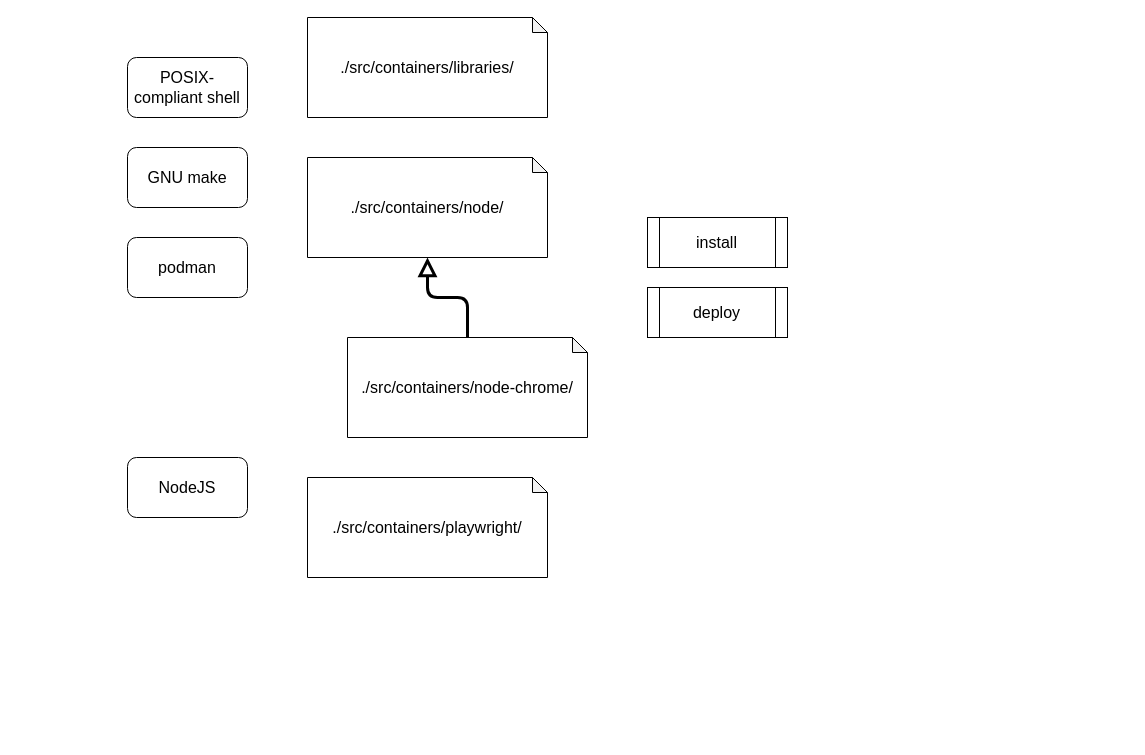
This is src/docs/diagrams/dev-tasks.drawio from leadof/leadof, a draw.io file, before an edit. Source tidied: cells renumbered, new cells numbered last; positions are measured from the earlier drawing's top-left corner, leaving out a move shared by most shapes. Both pictures are drawn from the tidied source at 100%, with x=0, y=0 at pixel (127, 17).
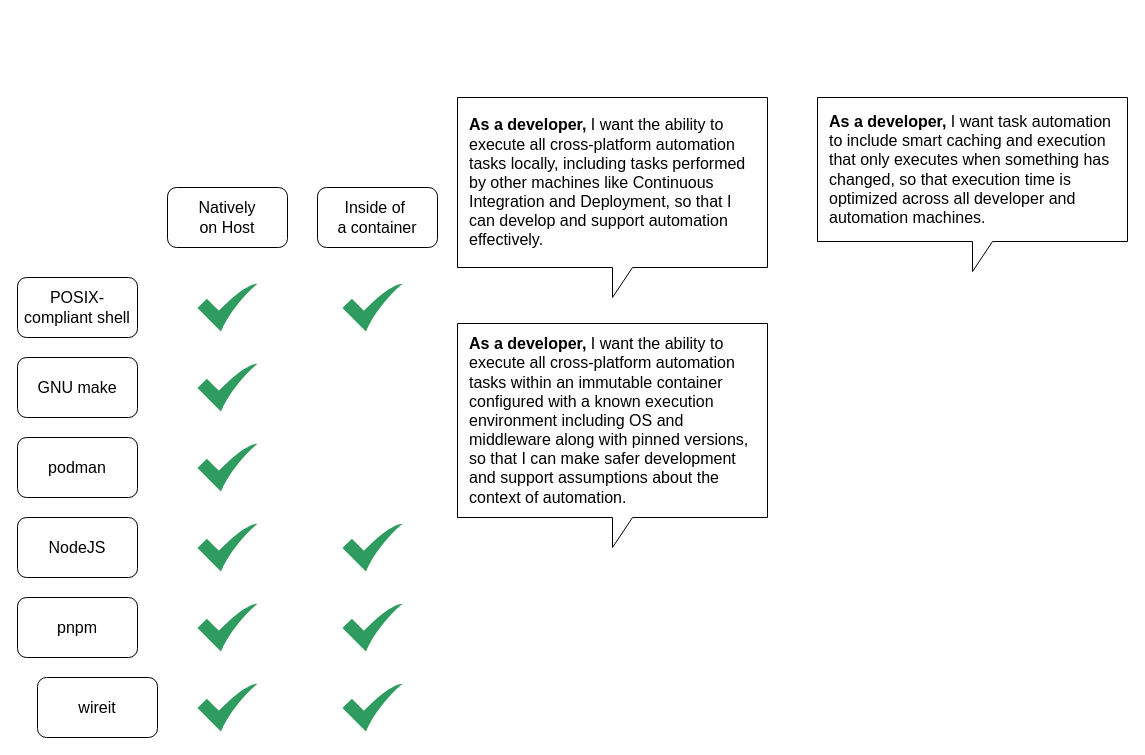
The same diagram, later.

The edit, as a diff of the source:
```diff
@@
     <mxCell id="2" value="POSIX-compliant shell" style="rounded=1;whiteSpace=wrap;html=1;fontSize=16;" parent="1" vertex="1">
-      <mxGeometry y="40" width="120" height="60" as="geometry" />
+      <mxGeometry x="-110" y="260" width="120" height="60" as="geometry" />
     </mxCell>
     <mxCell id="3" value="GNU make" style="rounded=1;whiteSpace=wrap;html=1;fontSize=16;" parent="1" vertex="1">
-      <mxGeometry y="130" width="120" height="60" as="geometry" />
+      <mxGeometry x="-110" y="340" width="120" height="60" as="geometry" />
     </mxCell>
     <mxCell id="4" value="NodeJS" style="rounded=1;whiteSpace=wrap;html=1;fontSize=16;" parent="1" vertex="1">
-      <mxGeometry y="440" width="120" height="60" as="geometry" />
+      <mxGeometry x="-110" y="500" width="120" height="60" as="geometry" />
     </mxCell>
     <mxCell id="5" value="podman" style="rounded=1;whiteSpace=wrap;html=1;fontSize=16;" parent="1" vertex="1">
-      <mxGeometry y="220" width="120" height="60" as="geometry" />
+      <mxGeometry x="-110" y="420" width="120" height="60" as="geometry" />
     </mxCell>
-    <mxCell id="6" value="install" style="shape=process;whiteSpace=wrap;html=1;backgroundOutline=1;fontSize=16;size=0.08888888888888889;" parent="1" vertex="1">
-      <mxGeometry x="520" y="200" width="140" height="50" as="geometry" />
-    </mxCell>
-    <mxCell id="7" value="./src/containers/node/" style="shape=note;whiteSpace=wrap;html=1;backgroundOutline=1;darkOpacity=0.05;fontSize=16;size=15;" parent="1" vertex="1">
-      <mxGeometry x="180" y="140" width="240" height="100" as="geometry" />
-    </mxCell>
-    <mxCell id="8" style="edgeStyle=orthogonalEdgeStyle;html=1;entryX=0.5;entryY=1;entryDx=0;entryDy=0;entryPerimeter=0;fontSize=16;endArrow=block;endFill=0;strokeWidth=3;endSize=12;startSize=12;jumpSize=12;" parent="1" edge="1" source="9" target="7">
-      <mxGeometry relative="1" as="geometry" />
-    </mxCell>
-    <mxCell id="9" value="./src/containers/node-chrome/" style="shape=note;whiteSpace=wrap;html=1;backgroundOutline=1;darkOpacity=0.05;fontSize=16;size=15;" parent="1" vertex="1">
-      <mxGeometry x="220" y="320" width="240" height="100" as="geometry" />
-    </mxCell>
-    <mxCell id="10" value="deploy" style="shape=process;whiteSpace=wrap;html=1;backgroundOutline=1;fontSize=16;size=0.08888888888888889;" parent="1" vertex="1">
-      <mxGeometry x="520" y="270" width="140" height="50" as="geometry" />
-    </mxCell>
-    <mxCell id="11" value="./src/containers/playwright/" style="shape=note;whiteSpace=wrap;html=1;backgroundOutline=1;darkOpacity=0.05;fontSize=16;size=15;" parent="1" vertex="1">
-      <mxGeometry x="180" y="460" width="240" height="100" as="geometry" />
-    </mxCell>
-    <mxCell id="12" value="./src/containers/libraries/" style="shape=note;whiteSpace=wrap;html=1;backgroundOutline=1;darkOpacity=0.05;fontSize=16;size=15;" parent="1" vertex="1">
-      <mxGeometry x="180" width="240" height="100" as="geometry" />
+    <mxCell id="12" value="pnpm" style="rounded=1;whiteSpace=wrap;html=1;fontSize=16;" parent="1" vertex="1">
+      <mxGeometry x="-110" y="580" width="120" height="60" as="geometry" />
     </mxCell>
+    <mxCell id="13" value="wireit" style="rounded=1;whiteSpace=wrap;html=1;fontSize=16;" parent="1" vertex="1">
+      <mxGeometry x="-90" y="660" width="120" height="60" as="geometry" />
+    </mxCell>
+    <mxCell id="14" value="Natively&lt;br&gt;on Host" style="rounded=1;whiteSpace=wrap;html=1;fontSize=16;" parent="1" vertex="1">
+      <mxGeometry x="40" y="170" width="120" height="60" as="geometry" />
+    </mxCell>
+    <mxCell id="15" value="Inside of&amp;nbsp;&lt;br&gt;a container" style="rounded=1;whiteSpace=wrap;html=1;fontSize=16;" parent="1" vertex="1">
+      <mxGeometry x="190" y="170" width="120" height="60" as="geometry" />
+    </mxCell>
+    <mxCell id="16" style="sketch=0;html=1;strokeColor=none;shadow=0;align=center;verticalAlign=top;fillColor=#2D9C5E;shape=mxgraph.gcp2.check;" parent="1" vertex="1">
+      <mxGeometry x="70" y="266" width="60" height="48" as="geometry" />
+    </mxCell>
+    <mxCell id="17" style="sketch=0;html=1;strokeColor=none;shadow=0;align=center;verticalAlign=top;fillColor=#2D9C5E;shape=mxgraph.gcp2.check;" parent="1" vertex="1">
+      <mxGeometry x="215" y="266" width="60" height="48" as="geometry" />
+    </mxCell>
+    <mxCell id="18" style="sketch=0;html=1;strokeColor=none;shadow=0;align=center;verticalAlign=top;fillColor=#2D9C5E;shape=mxgraph.gcp2.check;" parent="1" vertex="1">
+      <mxGeometry x="70" y="346" width="60" height="48" as="geometry" />
+    </mxCell>
+    <mxCell id="19" style="sketch=0;html=1;strokeColor=none;shadow=0;align=center;verticalAlign=top;fillColor=#2D9C5E;shape=mxgraph.gcp2.check;" parent="1" vertex="1">
+      <mxGeometry x="70" y="426" width="60" height="48" as="geometry" />
+    </mxCell>
+    <mxCell id="20" value="&lt;b&gt;As a developer,&lt;/b&gt; I want the ability to execute all cross-platform automation tasks locally, including tasks performed by other machines like Continuous Integration and Deployment, so that I can develop and support automation effectively." style="shape=callout;whiteSpace=wrap;html=1;perimeter=calloutPerimeter;position2=0.5;fontSize=16;align=left;spacing=12;" parent="1" vertex="1">
+      <mxGeometry x="330" y="80" width="310" height="200" as="geometry" />
+    </mxCell>
+    <mxCell id="21" value="&lt;b&gt;As a developer,&lt;/b&gt; I want the ability to execute all cross-platform automation tasks within an immutable container configured with a known execution environment including OS and middleware along with pinned versions, so that I can make safer development and support assumptions about the context of automation." style="shape=callout;whiteSpace=wrap;html=1;perimeter=calloutPerimeter;position2=0.5;fontSize=16;align=left;spacing=12;" parent="1" vertex="1">
+      <mxGeometry x="330" y="306" width="310" height="224" as="geometry" />
+    </mxCell>
+    <mxCell id="22" value="&lt;b&gt;As a developer,&lt;/b&gt; I want task automation to include smart caching and execution that only executes when something has changed, so that execution time is optimized across all developer and automation machines." style="shape=callout;whiteSpace=wrap;html=1;perimeter=calloutPerimeter;position2=0.5;fontSize=16;align=left;spacing=12;" parent="1" vertex="1">
+      <mxGeometry x="690" y="80" width="310" height="174" as="geometry" />
+    </mxCell>
+    <mxCell id="23" style="sketch=0;html=1;strokeColor=none;shadow=0;align=center;verticalAlign=top;fillColor=#2D9C5E;shape=mxgraph.gcp2.check;" parent="1" vertex="1">
+      <mxGeometry x="70" y="506" width="60" height="48" as="geometry" />
+    </mxCell>
+    <mxCell id="24" style="sketch=0;html=1;strokeColor=none;shadow=0;align=center;verticalAlign=top;fillColor=#2D9C5E;shape=mxgraph.gcp2.check;" parent="1" vertex="1">
+      <mxGeometry x="215" y="506" width="60" height="48" as="geometry" />
+    </mxCell>
+    <mxCell id="25" style="sketch=0;html=1;strokeColor=none;shadow=0;align=center;verticalAlign=top;fillColor=#2D9C5E;shape=mxgraph.gcp2.check;" parent="1" vertex="1">
+      <mxGeometry x="70" y="586" width="60" height="48" as="geometry" />
+    </mxCell>
+    <mxCell id="26" style="sketch=0;html=1;strokeColor=none;shadow=0;align=center;verticalAlign=top;fillColor=#2D9C5E;shape=mxgraph.gcp2.check;" parent="1" vertex="1">
+      <mxGeometry x="215" y="586" width="60" height="48" as="geometry" />
+    </mxCell>
+    <mxCell id="27" style="sketch=0;html=1;strokeColor=none;shadow=0;align=center;verticalAlign=top;fillColor=#2D9C5E;shape=mxgraph.gcp2.check;" parent="1" vertex="1">
+      <mxGeometry x="70" y="666" width="60" height="48" as="geometry" />
+    </mxCell>
+    <mxCell id="28" style="sketch=0;html=1;strokeColor=none;shadow=0;align=center;verticalAlign=top;fillColor=#2D9C5E;shape=mxgraph.gcp2.check;" parent="1" vertex="1">
+      <mxGeometry x="215" y="666" width="60" height="48" as="geometry" />
+    </mxCell>
```
